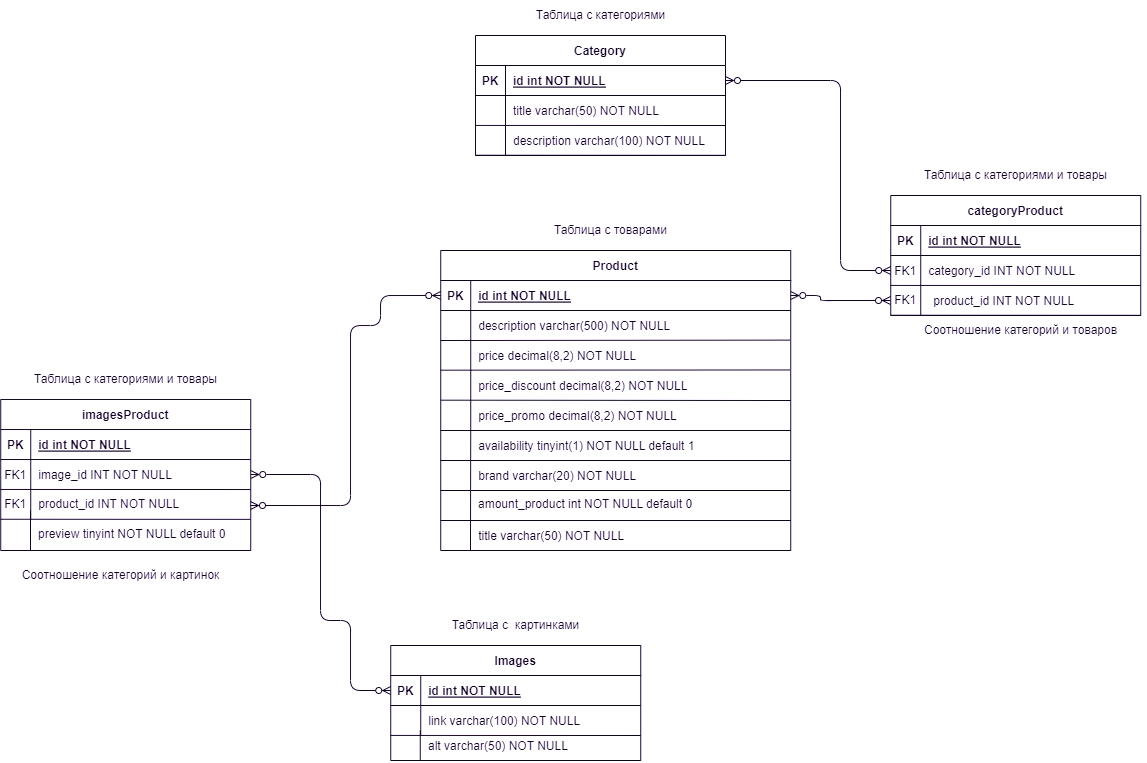
Before: diagram.png, a diagram exported from draw.io (Tox1coo/sql-i20). Source tidied: cells renumbered, new cells last; positions are measured from the earlier drawing's top-left corner, leaving out a move shared by most shapes.
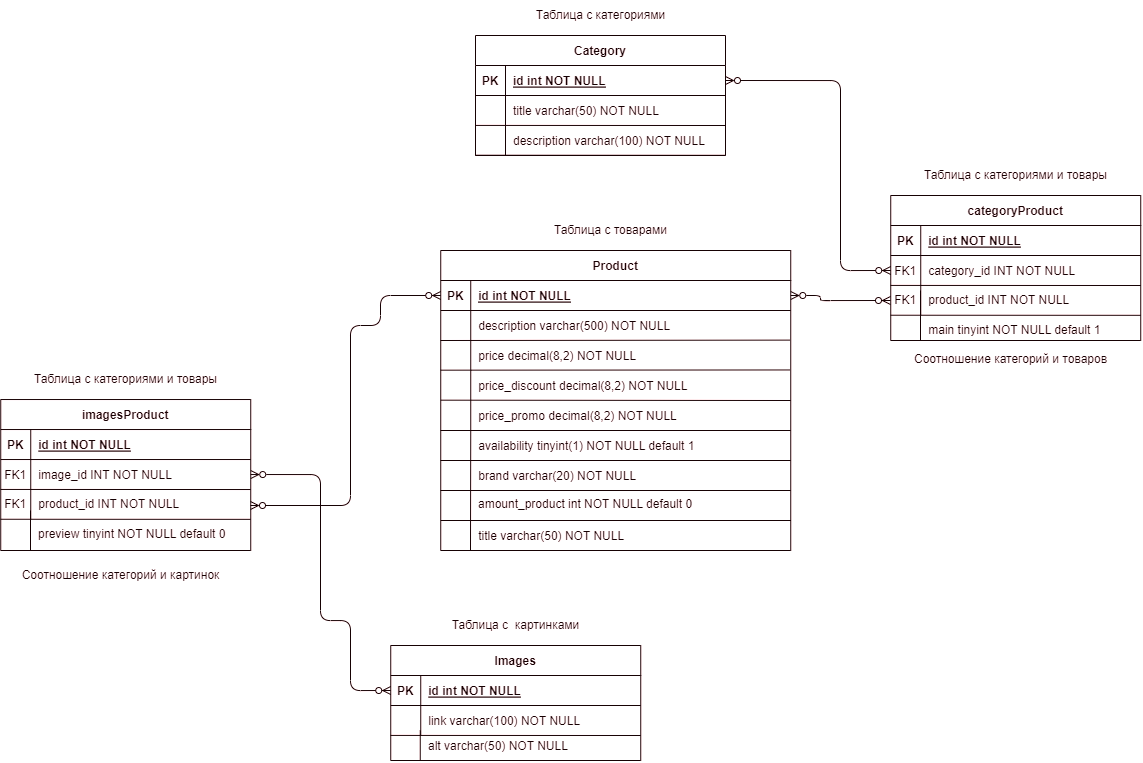
Later version of the same file.

Diff of the diagram source:
```diff
@@ -179,7 +179,7 @@
       <mxGeometry x="440.2" y="610" width="150" height="30" as="geometry" />
     </mxCell>
     <mxCell id="49" value="categoryProduct" style="shape=table;startSize=30;rowLines=0;fontStyle=1;align=center;" parent="1" vertex="1">
-      <mxGeometry x="890.2" y="195" width="250" height="120" as="geometry" />
+      <mxGeometry x="890.2" y="195" width="250" height="145" as="geometry" />
     </mxCell>
     <mxCell id="50" style="shape=partialRectangle;fillColor=none;top=0;left=0;right=0;bottom=1;" parent="49" vertex="1">
       <mxGeometry y="30" width="250" height="30" as="geometry" />
@@ -217,7 +217,7 @@
       </mxGeometry>
     </mxCell>
     <mxCell id="59" value="product_id INT NOT NULL " style="shape=partialRectangle;overflow=hidden;fillColor=none;top=0;left=0;bottom=0;right=0;align=left;spacingLeft=6;" parent="1" vertex="1">
-      <mxGeometry x="925.2" y="285" width="220" height="30" as="geometry" />
+      <mxGeometry x="920.2" y="284" width="220" height="30" as="geometry" />
     </mxCell>
     <mxCell id="60" value="Таблица с категориями и товары" style="text;html=1;align=center;verticalAlign=middle;strokeColor=none;fillColor=none;" parent="1" vertex="1">
       <mxGeometry x="910.2" y="160" width="210" height="30" as="geometry" />
@@ -320,7 +320,7 @@
       </mxGeometry>
     </mxCell>
     <mxCell id="81" value="Соотношение категорий и товаров" style="text;html=1;align=center;verticalAlign=middle;strokeColor=none;fillColor=none;" parent="1" vertex="1">
-      <mxGeometry x="910" y="315" width="220" height="30" as="geometry" />
+      <mxGeometry x="900.2" y="344" width="220" height="30" as="geometry" />
     </mxCell>
     <mxCell id="82" value="Соотношение категорий и картинок" style="text;html=1;align=center;verticalAlign=middle;strokeColor=none;fillColor=none;" parent="1" vertex="1">
       <mxGeometry x="10.2" y="560" width="220" height="30" as="geometry" />
@@ -337,5 +337,14 @@
     <mxCell id="85" value="title varchar(50) NOT NULL" style="shape=partialRectangle;overflow=hidden;fillColor=none;top=0;left=0;bottom=0;right=0;align=left;spacingLeft=6;" parent="1" vertex="1">
       <mxGeometry x="470.2" y="520" width="290" height="30" as="geometry" />
     </mxCell>
+    <mxCell id="86" style="endArrow=none;html=1;rounded=0;" parent="1" edge="1">
+      <mxGeometry relative="1" as="geometry">
+        <mxPoint x="920" y="290" as="sourcePoint" />
+        <mxPoint x="920" y="340" as="targetPoint" />
+      </mxGeometry>
+    </mxCell>
+    <mxCell id="87" value="main tinyint NOT NULL default 1 " style="shape=partialRectangle;overflow=hidden;fillColor=none;top=0;left=0;bottom=0;right=0;align=left;spacingLeft=6;" parent="1" vertex="1">
+      <mxGeometry x="920.2" y="314" width="220" height="30" as="geometry" />
+    </mxCell>
   </root>
 </mxGraphModel>
```
